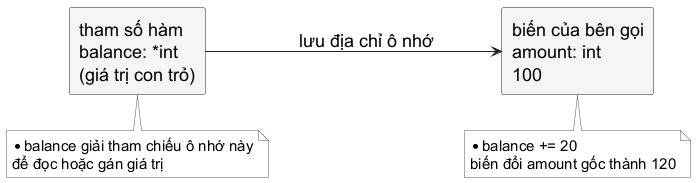
Above: assets/diagrams/pointer-pointee.png in Minhlike/Golang (PlantUML), before the change.
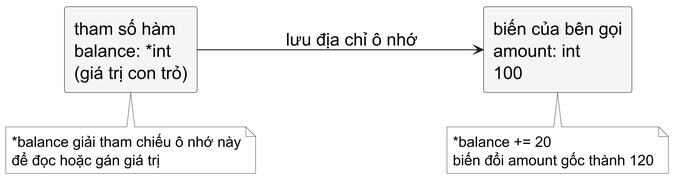
After the change.

The edit, as a diff of the source:
```diff
@@ -1,4 +1,5 @@
 @startuml
+skinparamlocked dpi 300
 skinparam backgroundColor white
 skinparam shadowing false
 skinparam defaultFontName "Source Sans 3"
@@ -22,6 +23,6 @@
 rectangle "biến của bên gọi\namount: int\n100" as amount
 rectangle "tham số hàm\nbalance: *int\n(giá trị con trỏ)" as pointer
 pointer --> amount : lưu địa chỉ ô nhớ
-note bottom of pointer : *balance giải tham chiếu ô nhớ này\nđể đọc hoặc gán giá trị
-note bottom of amount : *balance += 20\nbiến đổi amount gốc thành 120
+note bottom of pointer : ~*balance giải tham chiếu ô nhớ này\nđể đọc hoặc gán giá trị
+note bottom of amount : ~*balance += 20\nbiến đổi amount gốc thành 120
 @enduml
```
